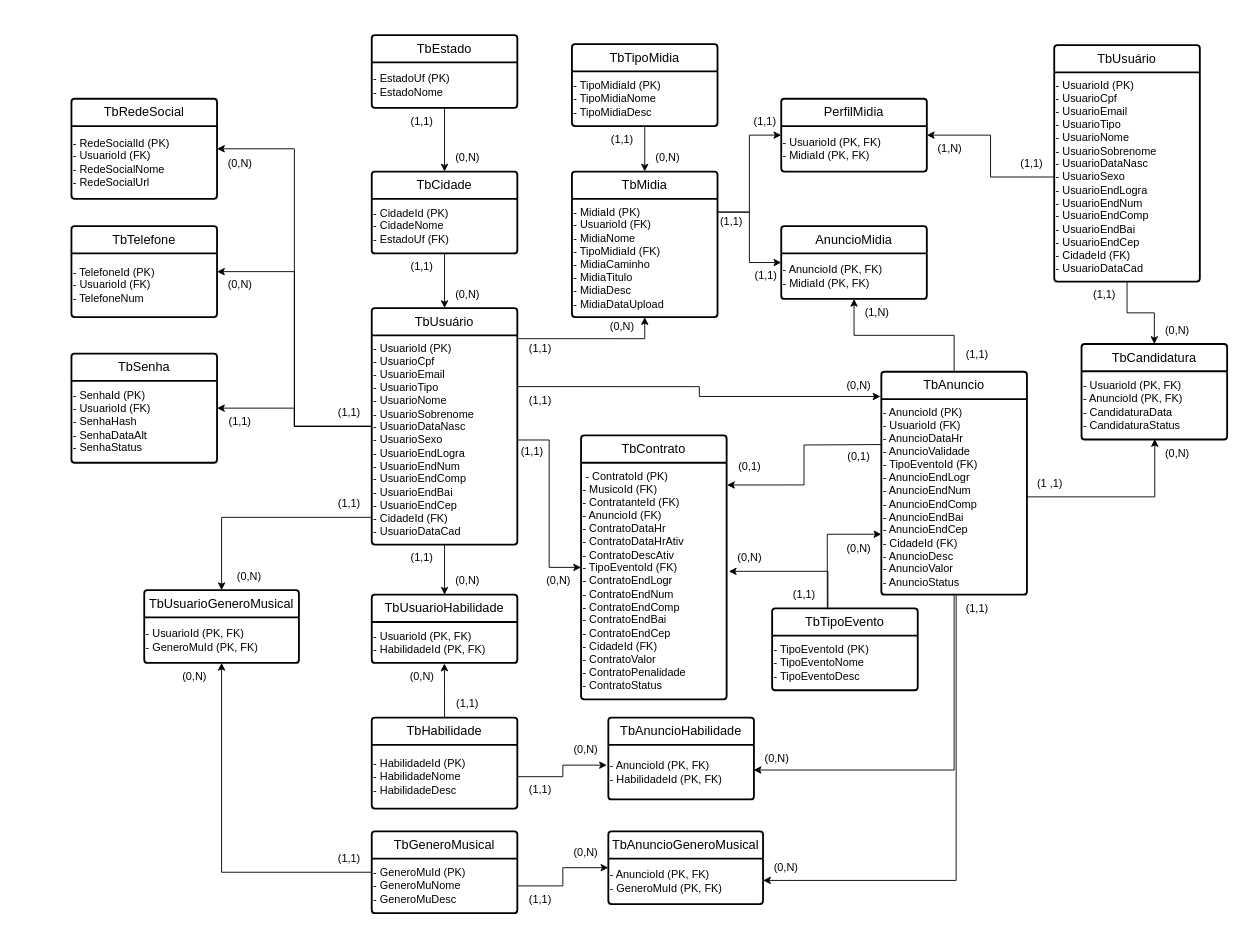
Before: docs/MER.drawio in MusiConnect-com/MusiConnect, a draw.io diagram. Source tidied: cells renumbered, new cells numbered last; positions are measured from the earlier drawing's top-left corner, leaving out a move shared by most shapes. Both pictures are drawn from the tidied source at 91%, with x=0, y=0 at pixel (71, 35).
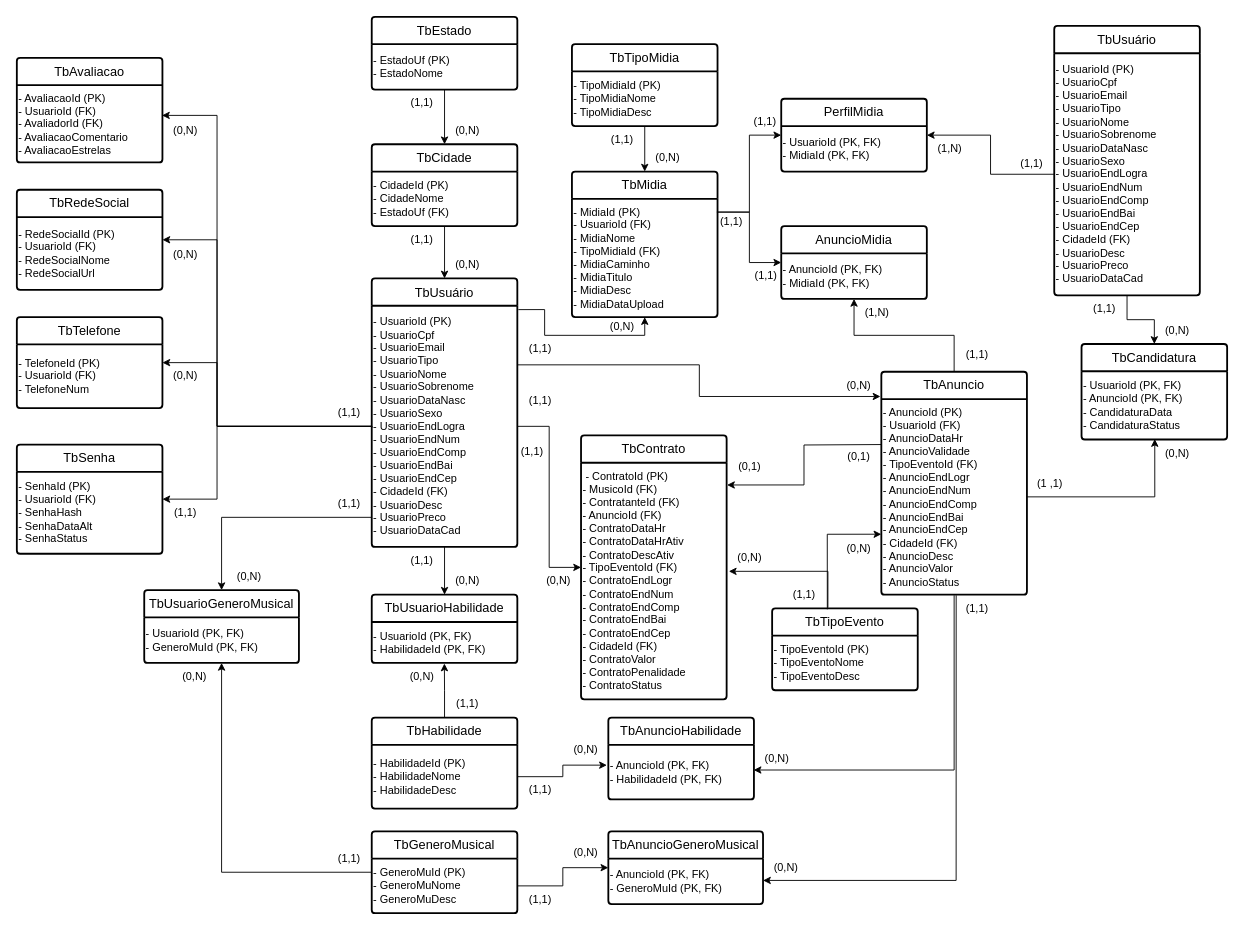
The same page after the edit.

Commit message:
Adicionando campos de descricao e preco no usuario e tambem uma tabela de avaliacao no MER.drawio

Diff of the diagram source:
```diff
@@
     <mxCell id="2" style="edgeStyle=orthogonalEdgeStyle;rounded=0;jettySize=auto;html=1;entryX=1;entryY=0.5;entryDx=0;entryDy=0;" parent="1" edge="1" source="6" target="16">
-      <mxGeometry relative="1" as="geometry" />
+      <mxGeometry relative="1" as="geometry">
+        <Array as="points">
+          <mxPoint x="160" y="430" />
+          <mxPoint x="160" y="225" />
+        </Array>
+      </mxGeometry>
     </mxCell>
     <mxCell id="3" style="edgeStyle=orthogonalEdgeStyle;rounded=0;jettySize=auto;html=1;entryX=1;entryY=0.5;entryDx=0;entryDy=0;" parent="1" edge="1" source="6" target="14">
-      <mxGeometry relative="1" as="geometry" />
+      <mxGeometry relative="1" as="geometry">
+        <Array as="points">
+          <mxPoint x="160" y="430" />
+          <mxPoint x="160" y="360" />
+        </Array>
+      </mxGeometry>
     </mxCell>
     <mxCell id="4" style="edgeStyle=orthogonalEdgeStyle;rounded=0;jettySize=auto;html=1;entryX=1;entryY=0.5;entryDx=0;entryDy=0;" parent="1" edge="1" source="6" target="18">
-      <mxGeometry relative="1" as="geometry" />
+      <mxGeometry relative="1" as="geometry">
+        <Array as="points">
+          <mxPoint x="160" y="430" />
+          <mxPoint x="160" y="510" />
+        </Array>
+      </mxGeometry>
     </mxCell>
@@
     <mxCell id="6" value="TbUsuário" style="swimlane;horizontal=1;startSize=30;rounded=1;fontSize=14;fontStyle=0;strokeWidth=2;shadow=0;dashed=0;align=center;arcSize=4;whiteSpace=wrap;html=1;" parent="1" vertex="1">
-      <mxGeometry x="330" y="300" width="160" height="260" as="geometry" />
+      <mxGeometry x="330" y="267.5" width="160" height="295" as="geometry" />
     </mxCell>
-    <mxCell id="7" value="- UsuarioId (PK)&lt;div&gt;- UsuarioCpf&amp;nbsp;&lt;/div&gt;&lt;div&gt;- UsuarioEmail&lt;/div&gt;&lt;div&gt;- UsuarioTipo&lt;/div&gt;&lt;div&gt;- UsuarioNome&lt;/div&gt;&lt;div&gt;- UsuarioSobrenome&lt;/div&gt;&lt;div&gt;- UsuarioDataNasc&lt;/div&gt;&lt;div&gt;- UsuarioSexo&lt;/div&gt;&lt;div&gt;- UsuarioEndLogra&lt;/div&gt;&lt;div&gt;- UsuarioEndNum&lt;/div&gt;&lt;div&gt;- UsuarioEndComp&lt;/div&gt;&lt;div&gt;- UsuarioEndBai&lt;/div&gt;&lt;div&gt;- UsuarioEndCep&lt;/div&gt;&lt;div&gt;- CidadeId (FK)&lt;/div&gt;&lt;div&gt;- UsuarioDataCad&lt;/div&gt;" style="text;html=1;align=left;verticalAlign=middle;points=[];strokeColor=none;fillColor=none;" parent="6" vertex="1">
-      <mxGeometry y="30" width="160" height="230" as="geometry" />
+    <mxCell id="7" value="- UsuarioId (PK)&lt;div&gt;- UsuarioCpf&amp;nbsp;&lt;/div&gt;&lt;div&gt;- UsuarioEmail&lt;/div&gt;&lt;div&gt;- UsuarioTipo&lt;/div&gt;&lt;div&gt;- UsuarioNome&lt;/div&gt;&lt;div&gt;- UsuarioSobrenome&lt;/div&gt;&lt;div&gt;- UsuarioDataNasc&lt;/div&gt;&lt;div&gt;- UsuarioSexo&lt;/div&gt;&lt;div&gt;- UsuarioEndLogra&lt;/div&gt;&lt;div&gt;- UsuarioEndNum&lt;/div&gt;&lt;div&gt;- UsuarioEndComp&lt;/div&gt;&lt;div&gt;- UsuarioEndBai&lt;/div&gt;&lt;div&gt;- UsuarioEndCep&lt;/div&gt;&lt;div&gt;- CidadeId (FK)&lt;/div&gt;&lt;div&gt;- UsuarioDesc&lt;/div&gt;&lt;div&gt;- UsuarioPreco&lt;/div&gt;&lt;div&gt;- UsuarioDataCad&lt;/div&gt;" style="text;html=1;align=left;verticalAlign=middle;points=[];strokeColor=none;fillColor=none;" parent="6" vertex="1">
+      <mxGeometry y="30" width="160" height="265" as="geometry" />
     </mxCell>
@@
     <mxCell id="9" value="TbCidade" style="swimlane;horizontal=1;startSize=30;rounded=1;fontSize=14;fontStyle=0;strokeWidth=2;shadow=0;dashed=0;align=center;arcSize=4;whiteSpace=wrap;html=1;" parent="1" vertex="1">
-      <mxGeometry x="330" y="150" width="160" height="90" as="geometry" />
+      <mxGeometry x="330" y="120" width="160" height="90" as="geometry" />
     </mxCell>
@@
     <mxCell id="12" value="TbEstado" style="swimlane;horizontal=1;startSize=30;rounded=1;fontSize=14;fontStyle=0;strokeWidth=2;shadow=0;dashed=0;align=center;arcSize=4;whiteSpace=wrap;html=1;" parent="1" vertex="1">
-      <mxGeometry x="330" width="160" height="80" as="geometry" />
+      <mxGeometry x="330" y="-20" width="160" height="80" as="geometry" />
     </mxCell>
@@
     <mxCell id="14" value="TbTelefone" style="swimlane;horizontal=1;startSize=30;rounded=1;fontSize=14;fontStyle=0;strokeWidth=2;shadow=0;dashed=0;align=center;arcSize=4;whiteSpace=wrap;html=1;" parent="1" vertex="1">
-      <mxGeometry y="210" width="160" height="100" as="geometry" />
+      <mxGeometry x="-60" y="310" width="160" height="100" as="geometry" />
     </mxCell>
@@
     <mxCell id="16" value="TbRedeSocial" style="swimlane;horizontal=1;startSize=30;rounded=1;fontSize=14;fontStyle=0;strokeWidth=2;shadow=0;dashed=0;align=center;arcSize=4;whiteSpace=wrap;html=1;" parent="1" vertex="1">
-      <mxGeometry y="70" width="160" height="110" as="geometry" />
+      <mxGeometry x="-60" y="170" width="160" height="110" as="geometry" />
     </mxCell>
@@
     <mxCell id="18" value="TbSenha" style="swimlane;horizontal=1;startSize=30;rounded=1;fontSize=14;fontStyle=0;strokeWidth=2;shadow=0;dashed=0;align=center;arcSize=4;whiteSpace=wrap;html=1;" parent="1" vertex="1">
-      <mxGeometry y="350" width="160" height="120" as="geometry" />
+      <mxGeometry x="-60" y="450" width="160" height="120" as="geometry" />
     </mxCell>
@@
     <mxCell id="61" value="(1,1)" style="text;html=1;align=center;verticalAlign=middle;strokeColor=none;fillColor=none;" parent="1" vertex="1">
-      <mxGeometry x="360" y="240" width="50" height="30" as="geometry" />
+      <mxGeometry x="360" y="210" width="50" height="30" as="geometry" />
     </mxCell>
     <mxCell id="62" value="(0,N)" style="text;html=1;align=center;verticalAlign=middle;strokeColor=none;fillColor=none;" parent="1" vertex="1">
-      <mxGeometry x="410" y="270" width="50" height="30" as="geometry" />
+      <mxGeometry x="410" y="237.5" width="50" height="30" as="geometry" />
     </mxCell>
     <mxCell id="63" value="(1,1)" style="text;html=1;align=center;verticalAlign=middle;strokeColor=none;fillColor=none;" parent="1" vertex="1">
-      <mxGeometry x="360" y="80" width="50" height="30" as="geometry" />
+      <mxGeometry x="360" y="60" width="50" height="30" as="geometry" />
     </mxCell>
     <mxCell id="64" value="(0,N)" style="text;html=1;align=center;verticalAlign=middle;strokeColor=none;fillColor=none;" parent="1" vertex="1">
-      <mxGeometry x="410" y="120" width="50" height="30" as="geometry" />
+      <mxGeometry x="410" y="90" width="50" height="30" as="geometry" />
     </mxCell>
@@
     <mxCell id="66" value="(1,1)" style="text;html=1;align=center;verticalAlign=middle;strokeColor=none;fillColor=none;" parent="1" vertex="1">
-      <mxGeometry x="160" y="410" width="50" height="30" as="geometry" />
+      <mxGeometry x="100" y="510" width="50" height="30" as="geometry" />
     </mxCell>
     <mxCell id="67" value="(0,N)" style="text;html=1;align=center;verticalAlign=middle;strokeColor=none;fillColor=none;" parent="1" vertex="1">
-      <mxGeometry x="160" y="260" width="50" height="30" as="geometry" />
+      <mxGeometry x="100" y="360" width="50" height="30" as="geometry" />
     </mxCell>
     <mxCell id="68" value="(0,N)" style="text;html=1;align=center;verticalAlign=middle;strokeColor=none;fillColor=none;" parent="1" vertex="1">
-      <mxGeometry x="160" y="126" width="50" height="30" as="geometry" />
+      <mxGeometry x="100" y="226" width="50" height="30" as="geometry" />
     </mxCell>
@@
     <mxCell id="84" value="TbUsuário" style="swimlane;horizontal=1;startSize=30;rounded=1;fontSize=14;fontStyle=0;strokeWidth=2;shadow=0;dashed=0;align=center;arcSize=4;whiteSpace=wrap;html=1;" parent="1" vertex="1">
-      <mxGeometry x="1080" y="11" width="160" height="260" as="geometry" />
+      <mxGeometry x="1080" y="-10" width="160" height="296" as="geometry" />
     </mxCell>
-    <mxCell id="85" value="- UsuarioId (PK)&lt;div&gt;- UsuarioCpf&amp;nbsp;&lt;/div&gt;&lt;div&gt;- UsuarioEmail&lt;/div&gt;&lt;div&gt;- UsuarioTipo&lt;/div&gt;&lt;div&gt;- UsuarioNome&lt;/div&gt;&lt;div&gt;- UsuarioSobrenome&lt;/div&gt;&lt;div&gt;- UsuarioDataNasc&lt;/div&gt;&lt;div&gt;- UsuarioSexo&lt;/div&gt;&lt;div&gt;- UsuarioEndLogra&lt;/div&gt;&lt;div&gt;- UsuarioEndNum&lt;/div&gt;&lt;div&gt;- UsuarioEndComp&lt;/div&gt;&lt;div&gt;- UsuarioEndBai&lt;/div&gt;&lt;div&gt;- UsuarioEndCep&lt;/div&gt;&lt;div&gt;- CidadeId (FK)&lt;/div&gt;&lt;div&gt;- UsuarioDataCad&lt;/div&gt;" style="text;html=1;align=left;verticalAlign=middle;points=[];strokeColor=none;fillColor=none;" parent="84" vertex="1">
-      <mxGeometry y="30" width="160" height="230" as="geometry" />
+    <mxCell id="85" value="- UsuarioId (PK)&lt;div&gt;- UsuarioCpf&amp;nbsp;&lt;/div&gt;&lt;div&gt;- UsuarioEmail&lt;/div&gt;&lt;div&gt;- UsuarioTipo&lt;/div&gt;&lt;div&gt;- UsuarioNome&lt;/div&gt;&lt;div&gt;- UsuarioSobrenome&lt;/div&gt;&lt;div&gt;- UsuarioDataNasc&lt;/div&gt;&lt;div&gt;- UsuarioSexo&lt;/div&gt;&lt;div&gt;- UsuarioEndLogra&lt;/div&gt;&lt;div&gt;- UsuarioEndNum&lt;/div&gt;&lt;div&gt;- UsuarioEndComp&lt;/div&gt;&lt;div&gt;- UsuarioEndBai&lt;/div&gt;&lt;div&gt;- UsuarioEndCep&lt;/div&gt;&lt;div&gt;- CidadeId (FK)&lt;/div&gt;&lt;div&gt;- UsuarioDesc&lt;/div&gt;&lt;div&gt;- UsuarioPreco&lt;/div&gt;&lt;div&gt;- UsuarioDataCad&lt;/div&gt;" style="text;html=1;align=left;verticalAlign=middle;points=[];strokeColor=none;fillColor=none;" parent="84" vertex="1">
+      <mxGeometry y="30" width="160" height="266" as="geometry" />
     </mxCell>
@@
     <mxCell id="94" value="(1,1)" style="text;html=1;align=center;verticalAlign=middle;strokeColor=none;fillColor=none;" parent="1" vertex="1">
-      <mxGeometry x="1110" y="270" width="50" height="30" as="geometry" />
+      <mxGeometry x="1110" y="286" width="50" height="30" as="geometry" />
     </mxCell>
@@
     <mxCell id="111" value="(1,1)" style="text;html=1;align=center;verticalAlign=middle;strokeColor=none;fillColor=none;" parent="1" vertex="1">
-      <mxGeometry x="360" y="560" width="50" height="30" as="geometry" />
+      <mxGeometry x="360" y="562.5" width="50" height="30" as="geometry" />
     </mxCell>
@@
+    <mxCell id="117" value="TbAvaliacao" style="swimlane;horizontal=1;startSize=30;rounded=1;fontSize=14;fontStyle=0;strokeWidth=2;shadow=0;dashed=0;align=center;arcSize=4;whiteSpace=wrap;html=1;" parent="1" vertex="1">
+      <mxGeometry x="-60" y="25" width="160" height="115" as="geometry" />
+    </mxCell>
+    <mxCell id="118" value="- AvaliacaoId (PK)&lt;div&gt;- UsuarioId (FK)&lt;/div&gt;&lt;div&gt;- AvaliadorId (FK)&lt;/div&gt;&lt;div&gt;- AvaliacaoComentario&lt;/div&gt;&lt;div&gt;- AvaliacaoEstrelas&lt;/div&gt;" style="text;html=1;align=left;verticalAlign=middle;points=[];strokeColor=none;fillColor=none;" parent="117" vertex="1">
+      <mxGeometry y="30" width="160" height="85" as="geometry" />
+    </mxCell>
+    <mxCell id="119" value="(0,N)" style="text;html=1;align=center;verticalAlign=middle;strokeColor=none;fillColor=none;" parent="1" vertex="1">
+      <mxGeometry x="100" y="90" width="50" height="30" as="geometry" />
+    </mxCell>
+    <mxCell id="120" style="edgeStyle=orthogonalEdgeStyle;rounded=0;jettySize=auto;html=1;entryX=0.997;entryY=0.392;entryDx=0;entryDy=0;entryPerimeter=0;exitX=0.003;exitY=0.505;exitDx=0;exitDy=0;exitPerimeter=0;" parent="1" edge="1" source="7" target="118">
+      <mxGeometry relative="1" as="geometry">
+        <Array as="points">
+          <mxPoint x="331" y="430" />
+          <mxPoint x="160" y="430" />
+          <mxPoint x="160" y="88" />
+        </Array>
+      </mxGeometry>
+    </mxCell>
```
